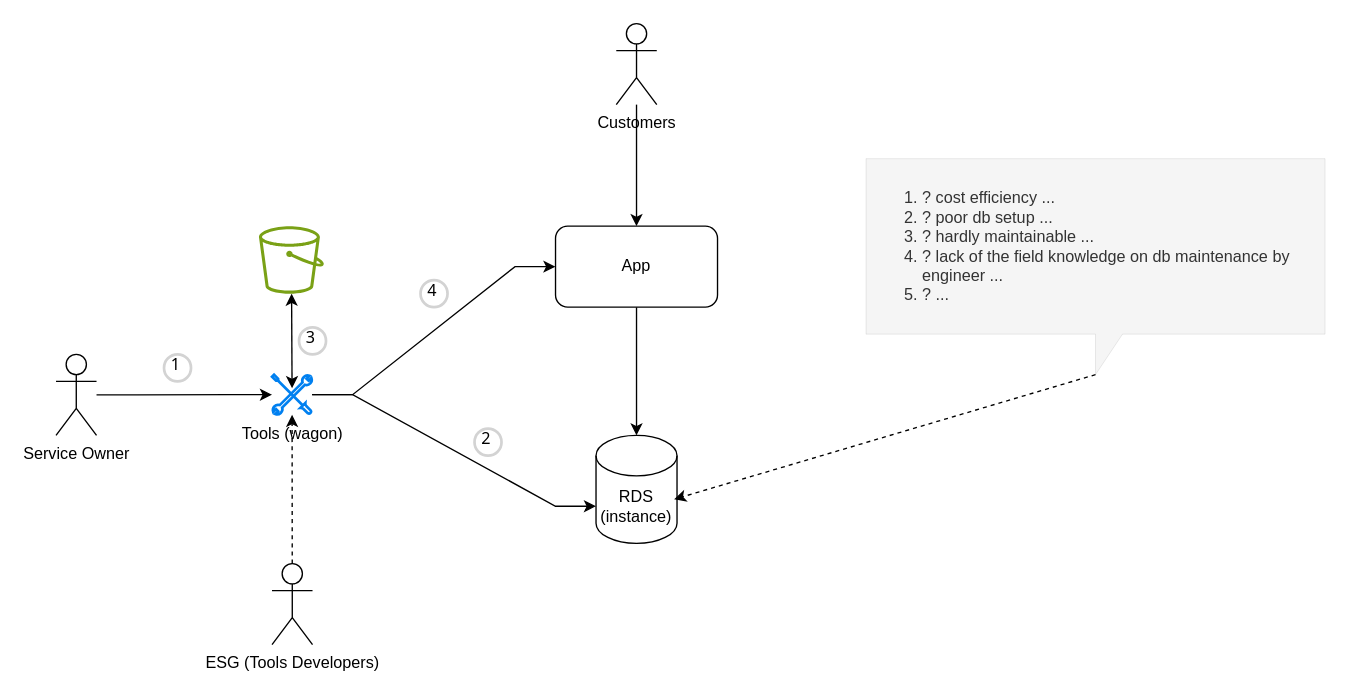
jiangtao7/draw.io keeps this draw.io diagram as common db.drawio. Above is the earlier version. Source tidied: cells renumbered, new cells numbered last; positions are measured from the earlier drawing's top-left corner, leaving out a move shared by most shapes. Both pictures are drawn from the tidied source at 135%, with x=0, y=0 at pixel (55, 23).
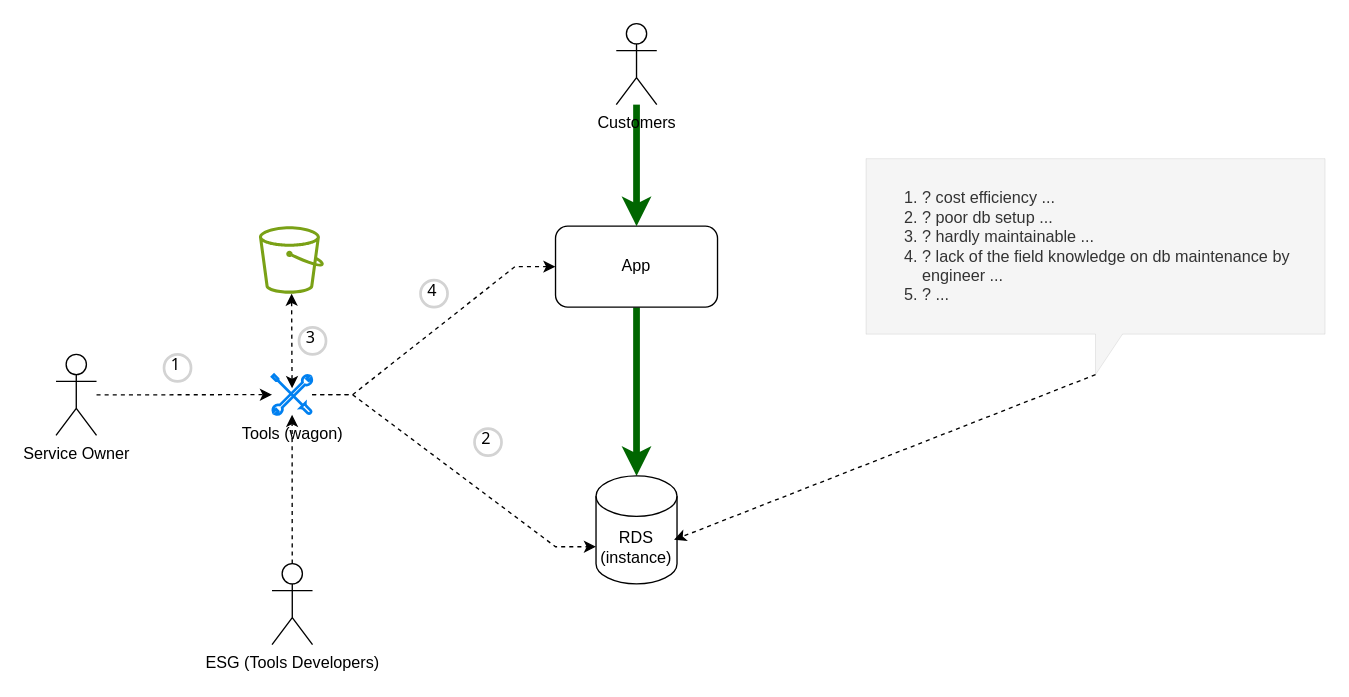
The same page after the edit.

The change refers to these unchanged cells:
```xml
<mxCell id="3" value="App" style="rounded=1;whiteSpace=wrap;html=1;" parent="1" vertex="1">
  <mxGeometry x="370" y="150" width="120" height="60" as="geometry" />
</mxCell>
<mxCell id="6" value="Customers" style="shape=umlActor;verticalLabelPosition=bottom;verticalAlign=top;html=1;outlineConnect=0;" parent="1" vertex="1">
  <mxGeometry x="415" width="30" height="60" as="geometry" />
</mxCell>
<mxCell id="8" value="Tools (wagon)" style="html=1;verticalLabelPosition=bottom;align=center;labelBackgroundColor=#ffffff;verticalAlign=top;strokeWidth=2;strokeColor=#0080F0;shadow=0;dashed=0;shape=mxgraph.ios7.icons.tools;" parent="1" vertex="1">
  <mxGeometry x="160" y="260" width="29.7" height="29.7" as="geometry" />
</mxCell>
<mxCell id="11" value="Service Owner" style="shape=umlActor;verticalLabelPosition=bottom;verticalAlign=top;html=1;outlineConnect=0;" parent="1" vertex="1">
  <mxGeometry y="245" width="30" height="60" as="geometry" />
</mxCell>
<mxCell id="14" style="sketch=0;outlineConnect=0;fontColor=#232F3E;gradientColor=none;fillColor=#7AA116;strokeColor=none;dashed=0;verticalLabelPosition=bottom;verticalAlign=top;align=center;html=1;fontSize=12;fontStyle=0;shape=mxgraph.aws4.bucket;" parent="1" vertex="1">
  <mxGeometry x="150.3" y="150" width="48.1" height="50" as="geometry" />
</mxCell>
```

Change to the diagram source:
```diff
@@
-    <mxCell id="2" style="edgeStyle=none;rounded=0;jettySize=auto;html=1;" parent="1" edge="1" source="3" target="4">
+    <mxCell id="2" style="edgeStyle=none;rounded=0;jettySize=auto;html=1;strokeWidth=5;strokeColor=#006600;" parent="1" edge="1" source="3" target="4">
       <mxGeometry relative="1" as="geometry" />
     </mxCell>
@@
     <mxCell id="4" value="RDS&lt;br&gt;(instance)" style="shape=cylinder3;whiteSpace=wrap;html=1;boundedLbl=1;backgroundOutline=1;size=15;" parent="1" vertex="1">
-      <mxGeometry x="400" y="305" width="60" height="80" as="geometry" />
+      <mxGeometry x="400" y="335" width="60" height="80" as="geometry" />
     </mxCell>
-    <mxCell id="5" style="edgeStyle=none;rounded=0;jettySize=auto;html=1;entryX=0.5;entryY=0;entryDx=0;entryDy=0;" parent="1" edge="1" source="6" target="3">
+    <mxCell id="5" style="edgeStyle=none;rounded=0;jettySize=auto;html=1;entryX=0.5;entryY=0;entryDx=0;entryDy=0;strokeWidth=5;strokeColor=#006600;" parent="1" edge="1" source="6" target="3">
       <mxGeometry relative="1" as="geometry" />
     </mxCell>
@@
-    <mxCell id="7" style="edgeStyle=entityRelationEdgeStyle;rounded=0;jettySize=auto;html=1;entryX=0;entryY=0.5;entryDx=0;entryDy=0;" parent="1" edge="1" source="8" target="3">
+    <mxCell id="7" style="edgeStyle=entityRelationEdgeStyle;rounded=0;jettySize=auto;html=1;entryX=0;entryY=0.5;entryDx=0;entryDy=0;dashed=1;" parent="1" edge="1" source="8" target="3">
       <mxGeometry relative="1" as="geometry" />
     </mxCell>
@@
-    <mxCell id="9" style="edgeStyle=entityRelationEdgeStyle;rounded=0;jettySize=auto;html=1;entryX=0;entryY=0;entryDx=0;entryDy=52.5;entryPerimeter=0;" parent="1" edge="1" source="8" target="4">
+    <mxCell id="9" style="edgeStyle=entityRelationEdgeStyle;rounded=0;jettySize=auto;html=1;entryX=0;entryY=0;entryDx=0;entryDy=52.5;entryPerimeter=0;dashed=1;" parent="1" edge="1" source="8" target="4">
       <mxGeometry relative="1" as="geometry" />
     </mxCell>
-    <mxCell id="10" style="edgeStyle=entityRelationEdgeStyle;rounded=0;jettySize=auto;html=1;" parent="1" edge="1" source="11" target="8">
+    <mxCell id="10" style="edgeStyle=entityRelationEdgeStyle;rounded=0;jettySize=auto;html=1;dashed=1;" parent="1" edge="1" source="11" target="8">
       <mxGeometry relative="1" as="geometry" />
     </mxCell>
@@
-    <mxCell id="15" style="edgeStyle=none;rounded=0;jettySize=auto;html=1;entryX=0.5;entryY=0.337;entryDx=0;entryDy=0;entryPerimeter=0;startArrow=classic;startFill=1;" parent="1" edge="1" source="14" target="8">
+    <mxCell id="15" style="edgeStyle=none;rounded=0;jettySize=auto;html=1;entryX=0.5;entryY=0.337;entryDx=0;entryDy=0;entryPerimeter=0;startArrow=classic;startFill=1;dashed=1;" parent="1" edge="1" source="14" target="8">
       <mxGeometry relative="1" as="geometry" />
     </mxCell>
@@
-    <mxCell id="20" value="&lt;ol&gt;&lt;li&gt;? cost efficiency ...&lt;/li&gt;&lt;li&gt;? poor db setup ...&amp;nbsp;&lt;/li&gt;&lt;li&gt;? hardly maintainable ...&lt;/li&gt;&lt;li&gt;? lack of the field knowledge on db maintenance by engineer ...&lt;/li&gt;&lt;li&gt;? ...&lt;/li&gt;&lt;/ol&gt;" style="shape=callout;whiteSpace=wrap;html=1;perimeter=calloutPerimeter;align=left;dashed=1;strokeWidth=0;fillColor=#f5f5f5;fontColor=#333333;strokeColor=#666666;" parent="1" vertex="1">
+    <mxCell id="20" value="&lt;ol&gt;&lt;li&gt;? cost efficiency ...&lt;/li&gt;&lt;li&gt;? poor db setup ...&amp;nbsp;&lt;/li&gt;&lt;li&gt;? hardly maintainable ...&lt;/li&gt;&lt;li&gt;? lack of the field knowledge on db maintenance by engineer ...&lt;/li&gt;&lt;li&gt;? ...&lt;/li&gt;&lt;/ol&gt;" style="shape=callout;whiteSpace=wrap;html=1;perimeter=calloutPerimeter;align=left;dashed=1;strokeWidth=0;fillColor=#f5f5f5;strokeColor=#666666;fontColor=#333333;" parent="1" vertex="1">
       <mxGeometry x="600" y="100" width="340" height="160" as="geometry" />
     </mxCell>
```
